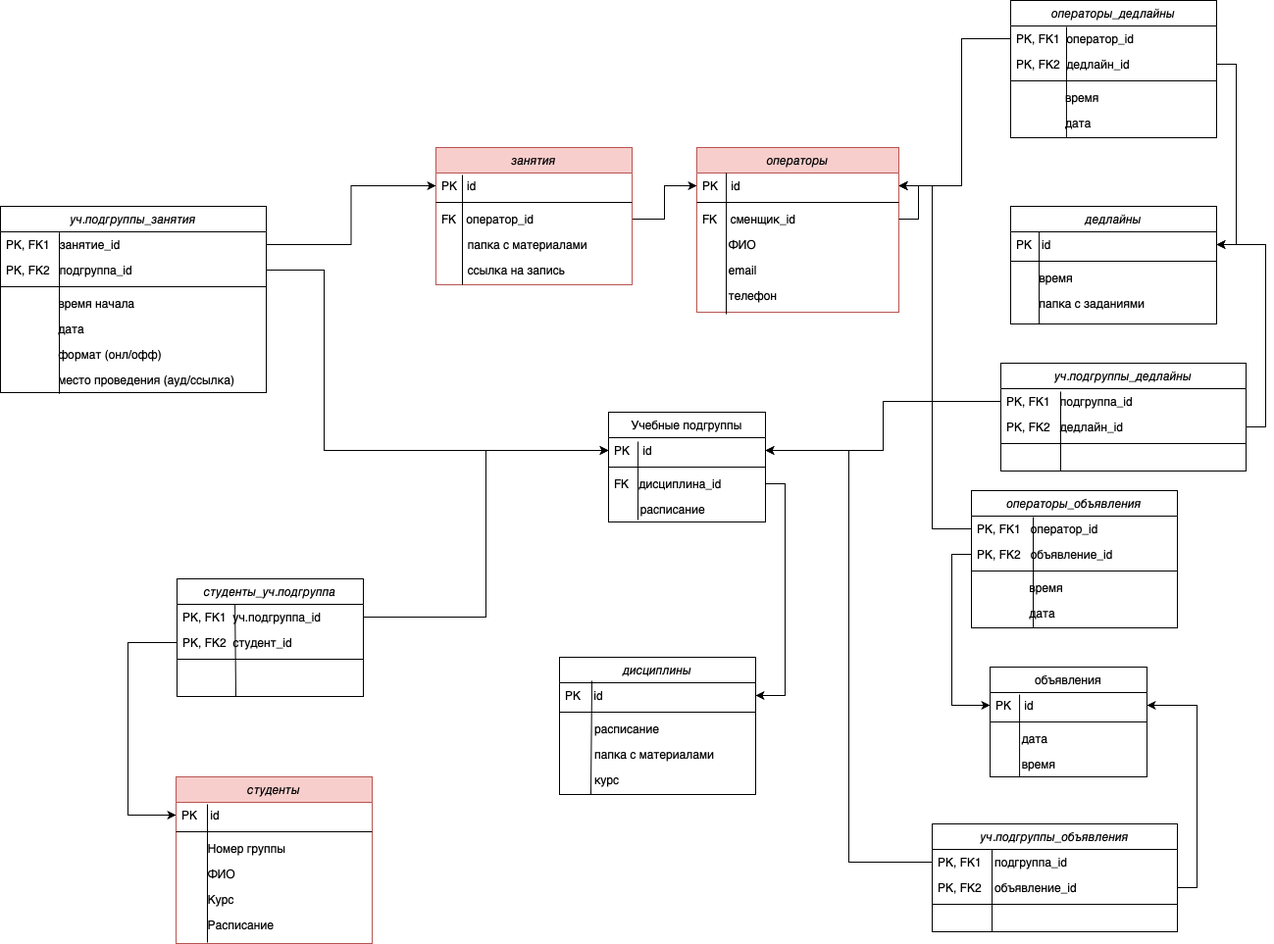
Above: TR_colored.png in goozlike/LectorPlus-database (draw.io), before the change. Source tidied: cells renumbered, new cells last; positions are measured from the earlier drawing's top-left corner, leaving out a move shared by most shapes.
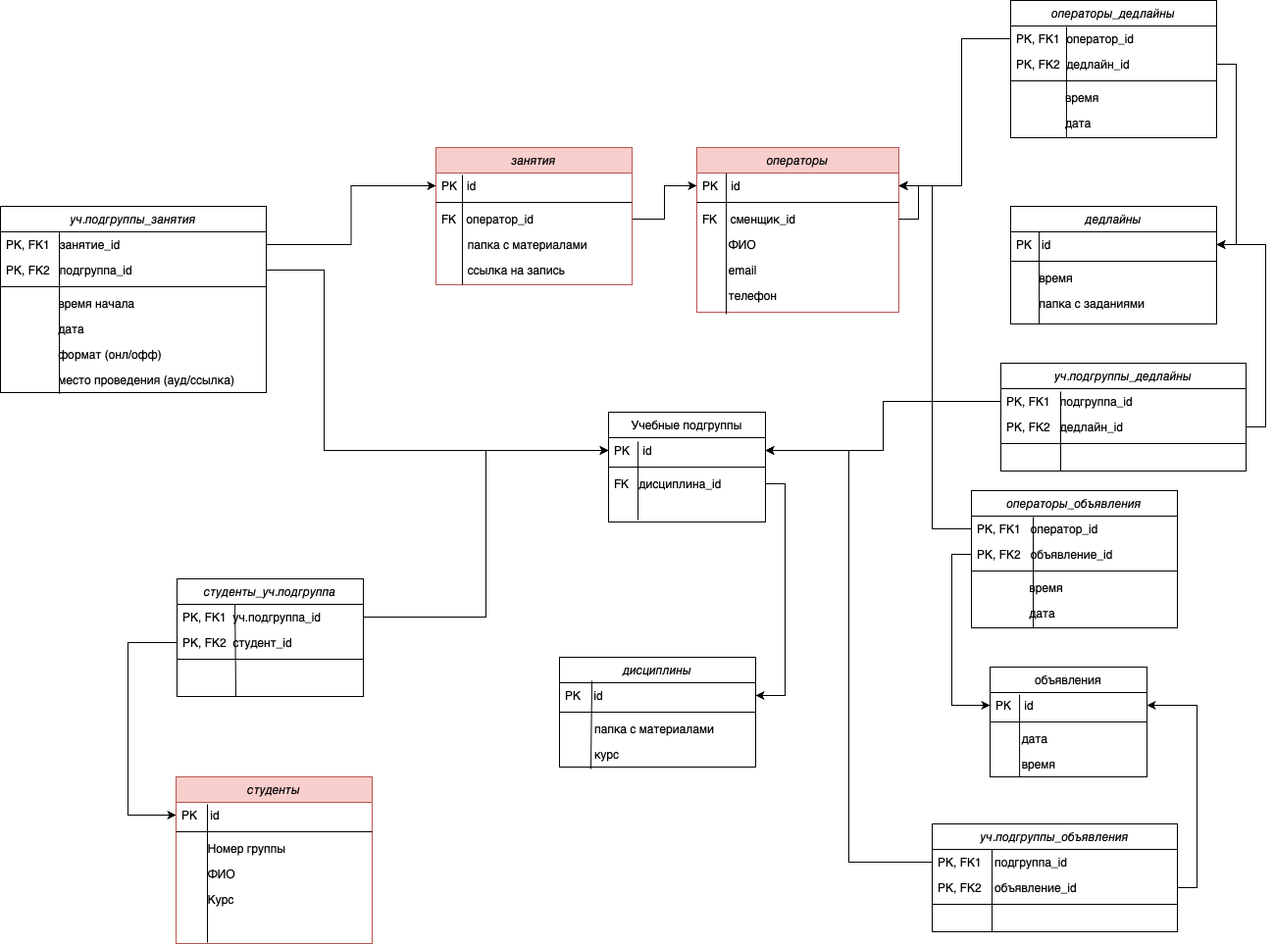
After the change.

Diff of the diagram source:
```diff
@@ -17,9 +17,6 @@
     <mxCell id="6" value="FK   дисциплина_id" style="text;align=left;verticalAlign=top;spacingLeft=4;spacingRight=4;overflow=hidden;points=[[0,0.5],[1,0.5]];portConstraint=eastwest;" parent="3" vertex="1">
       <mxGeometry y="60" width="160" height="26" as="geometry" />
     </mxCell>
-    <mxCell id="7" value="        расписание" style="text;align=left;verticalAlign=top;spacingLeft=4;spacingRight=4;overflow=hidden;" parent="3" vertex="1">
-      <mxGeometry y="86" width="160" height="26" as="geometry" />
-    </mxCell>
     <mxCell id="8" style="edgeStyle=orthogonalEdgeStyle;rounded=0;jettySize=auto;html=1;exitX=0;exitY=0.5;exitDx=0;exitDy=0;endArrow=classic;endFill=1;fontSize=15;" parent="1" edge="1" source="20" target="11">
       <mxGeometry relative="1" as="geometry">
         <Array as="points">
@@ -158,11 +155,10 @@
     <mxCell id="49" value="        Курс" style="text;align=left;verticalAlign=top;spacingLeft=4;spacingRight=4;overflow=hidden;" parent="44" vertex="1">
       <mxGeometry y="112" width="200" height="26" as="geometry" />
     </mxCell>
-    <mxCell id="50" value="        Расписание" style="text;align=left;verticalAlign=top;spacingLeft=4;spacingRight=4;overflow=hidden;points=[[0,0.5],[1,0.5]];portConstraint=eastwest;" parent="44" vertex="1">
-      <mxGeometry y="138" width="200" height="26" as="geometry" />
-    </mxCell>
-    <mxCell id="51" style="endArrow=none;html=1;exitX=0.16;exitY=1.192;exitDx=0;exitDy=0;exitPerimeter=0;entryX=0.16;entryY=0.077;entryDx=0;entryDy=0;entryPerimeter=0;" parent="44" edge="1" source="50" target="45">
-      <mxGeometry relative="1" as="geometry" />
+    <mxCell id="51" style="endArrow=none;html=1;exitX=0.16;exitY=1.192;exitDx=0;exitDy=0;exitPerimeter=0;entryX=0.16;entryY=0.077;entryDx=0;entryDy=0;entryPerimeter=0;" parent="44" edge="1" target="45">
+      <mxGeometry relative="1" as="geometry">
+        <mxPoint x="32" y="169" as="sourcePoint" />
+      </mxGeometry>
     </mxCell>
     <mxCell id="52" value="занятия" style="swimlane;fontStyle=2;align=center;verticalAlign=top;horizontal=1;startSize=26;rounded=0;shadow=0;strokeWidth=1;fillColor=#f8cecc;strokeColor=#b85450;" parent="1" vertex="1">
       <mxGeometry x="444" y="150" width="200" height="140" as="geometry" />
@@ -189,7 +185,7 @@
       </mxGeometry>
     </mxCell>
     <mxCell id="59" value="дисциплины" style="swimlane;fontStyle=2;align=center;verticalAlign=top;horizontal=1;startSize=26;rounded=0;shadow=0;strokeWidth=1;" parent="1" vertex="1">
-      <mxGeometry x="570" y="670" width="200" height="140" as="geometry" />
+      <mxGeometry x="570" y="670" width="200" height="112" as="geometry" />
     </mxCell>
     <mxCell id="60" value="PK    id" style="text;align=left;verticalAlign=top;spacingLeft=4;spacingRight=4;overflow=hidden;points=[[0,0.5],[1,0.5]];portConstraint=eastwest;" parent="59" vertex="1">
       <mxGeometry y="26" width="200" height="26" as="geometry" />
@@ -197,14 +193,11 @@
     <mxCell id="61" style="line;html=1;strokeWidth=1;align=left;verticalAlign=middle;spacingTop=-1;spacingLeft=3;spacingRight=3;labelPosition=right;" parent="59" vertex="1">
       <mxGeometry y="52" width="200" height="8" as="geometry" />
     </mxCell>
-    <mxCell id="62" value="         расписание" style="text;align=left;verticalAlign=top;spacingLeft=4;spacingRight=4;overflow=hidden;" parent="59" vertex="1">
-      <mxGeometry y="60" width="200" height="26" as="geometry" />
-    </mxCell>
     <mxCell id="63" value="         папка с материалами" style="text;align=left;verticalAlign=top;spacingLeft=4;spacingRight=4;overflow=hidden;" parent="59" vertex="1">
-      <mxGeometry y="86" width="200" height="26" as="geometry" />
+      <mxGeometry y="60" width="200" height="26" as="geometry" />
     </mxCell>
     <mxCell id="64" value="         курс" style="text;align=left;verticalAlign=top;spacingLeft=4;spacingRight=4;overflow=hidden;points=[[0,0.5],[1,0.5]];portConstraint=eastwest;" parent="59" vertex="1">
-      <mxGeometry y="112" width="200" height="26" as="geometry" />
+      <mxGeometry y="86" width="200" height="26" as="geometry" />
     </mxCell>
     <mxCell id="65" style="endArrow=none;html=1;exitX=0.16;exitY=1.077;exitDx=0;exitDy=0;exitPerimeter=0;entryX=0.165;entryY=-0.077;entryDx=0;entryDy=0;entryPerimeter=0;" parent="59" edge="1" source="64" target="60">
       <mxGeometry relative="1" as="geometry" />
```
